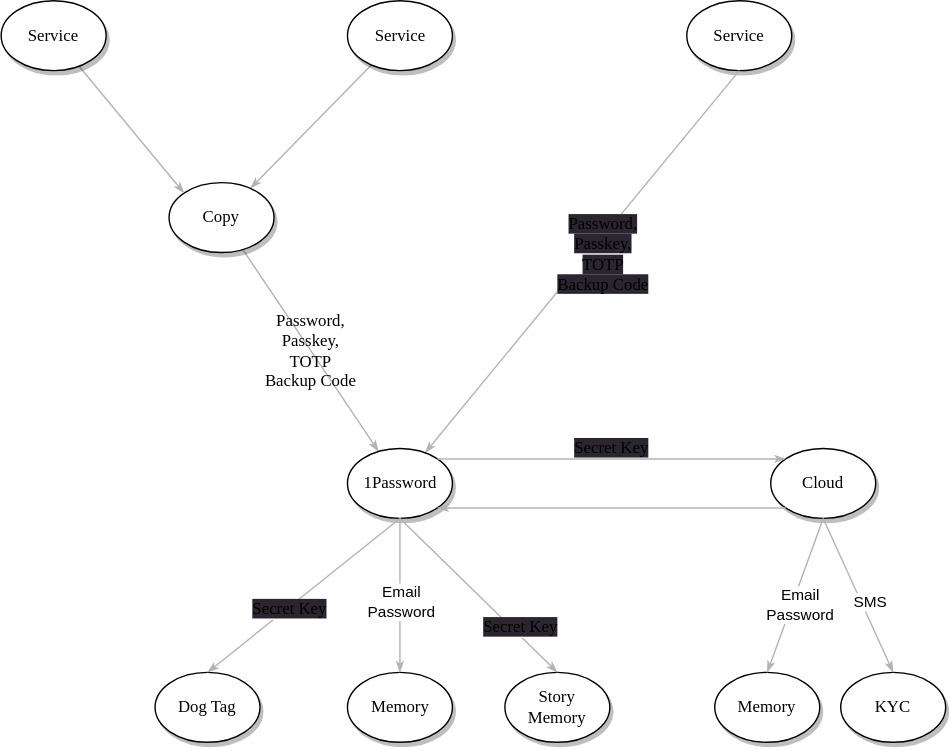
Earlier version of the draw.io export blog.jxck.io/entries/2025-01-27/current-recovery-chain.drawio.svg (Jxck/jxck.io). Source tidied: cells renumbered, new cells last; positions are measured from the earlier drawing's top-left corner, leaving out a move shared by most shapes.
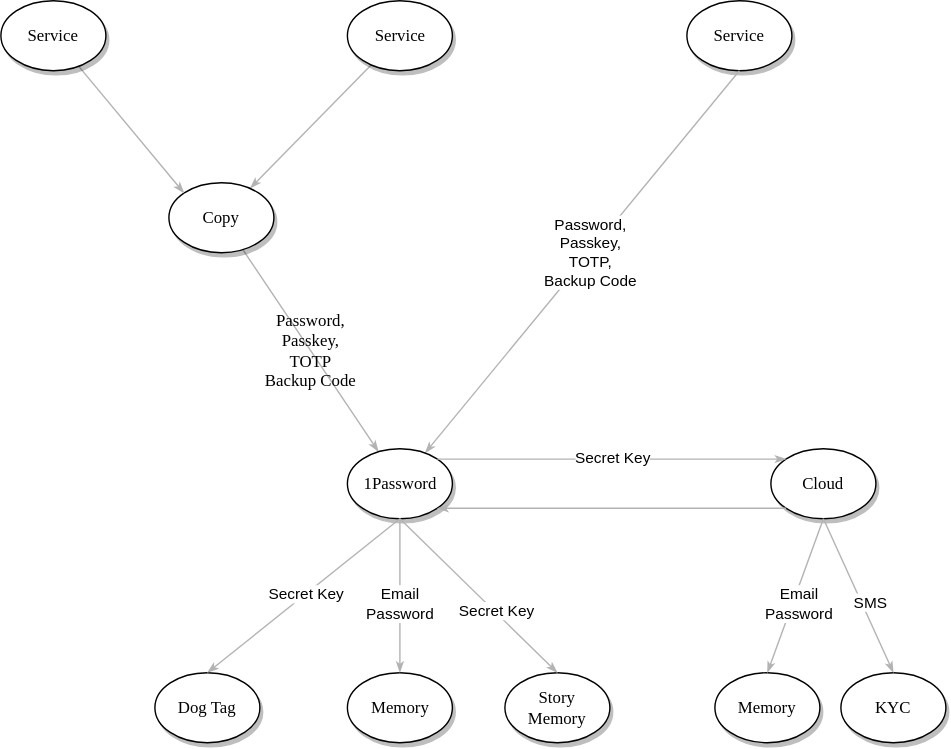
Above is the later version.

Change to the diagram source:
```diff
@@ -14,11 +14,9 @@
     <mxCell id="5" style="edgeStyle=none;rounded=1;html=1;labelBackgroundColor=none;startArrow=none;startFill=0;startSize=5;endArrow=classicThin;endFill=1;endSize=5;jettySize=auto;strokeColor=#B3B3B3;strokeWidth=1;fontFamily=Verdana;fontSize=12;exitX=0.5;exitY=1;exitDx=0;exitDy=0;" parent="1" edge="1" source="4" target="9">
       <mxGeometry relative="1" as="geometry" />
     </mxCell>
-    <mxCell id="6" value="&lt;span style=&quot;font-family: Verdana; font-size: 12px; background-color: rgb(42, 37, 47);&quot;&gt;Password,&lt;/span&gt;&lt;br style=&quot;font-family: Verdana; font-size: 12px; background-color: rgb(42, 37, 47);&quot;&gt;&lt;span style=&quot;font-family: Verdana; font-size: 12px; background-color: rgb(42, 37, 47);&quot;&gt;Passkey,&lt;/span&gt;&lt;br style=&quot;font-family: Verdana; font-size: 12px; background-color: rgb(42, 37, 47);&quot;&gt;&lt;span style=&quot;font-family: Verdana; font-size: 12px; background-color: rgb(42, 37, 47);&quot;&gt;TOTP&lt;/span&gt;&lt;br style=&quot;font-family: Verdana; font-size: 12px; background-color: rgb(42, 37, 47);&quot;&gt;&lt;span style=&quot;font-family: Verdana; font-size: 12px; background-color: rgb(42, 37, 47);&quot;&gt;Backup Code&lt;/span&gt;" style="edgeLabel;html=1;align=center;verticalAlign=middle;" parent="5" vertex="1">
-      <mxGeometry x="0.1" y="3" relative="1" as="geometry">
-        <mxPoint x="24" y="-23" as="offset" />
-      </mxGeometry>
-    </mxCell>
+    <mxCell id="31" value="Password,&lt;br&gt;Passkey,&lt;br&gt;TOTP,&lt;br&gt;Backup Code" style="edgeLabel;html=1;align=center;verticalAlign=middle;" parent="5" vertex="1">
+      <mxGeometry x="-0.05" relative="1" as="geometry" />
+    </mxCell>
     <mxCell id="7" value="Password,&lt;br&gt;Passkey,&lt;br&gt;TOTP&lt;br&gt;Backup Code" style="edgeStyle=none;rounded=1;html=1;labelBackgroundColor=none;startArrow=none;startFill=0;startSize=5;endArrow=classicThin;endFill=1;endSize=5;jettySize=auto;strokeColor=#B3B3B3;strokeWidth=1;fontFamily=Verdana;fontSize=12;" parent="1" edge="1" source="8" target="9">
       <mxGeometry relative="1" as="geometry" />
     </mxCell>
@@ -46,14 +44,15 @@
     <mxCell id="15" style="edgeStyle=none;rounded=1;html=1;labelBackgroundColor=none;startArrow=none;startFill=0;startSize=5;endArrow=classicThin;endFill=1;endSize=5;jettySize=auto;strokeColor=#B3B3B3;strokeWidth=1;fontFamily=Verdana;fontSize=12;exitX=0.5;exitY=1;exitDx=0;exitDy=0;entryX=0.5;entryY=0;entryDx=0;entryDy=0;" parent="1" edge="1" source="9" target="12">
       <mxGeometry relative="1" as="geometry" />
     </mxCell>
-    <mxCell id="16" value="&lt;font face=&quot;Verdana&quot;&gt;&lt;span style=&quot;font-size: 12px; background-color: rgb(42, 37, 47);&quot;&gt;Secret Key&lt;/span&gt;&lt;/font&gt;" style="edgeLabel;html=1;align=center;verticalAlign=middle;" parent="15" vertex="1">
-      <mxGeometry x="0.1" y="3" relative="1" as="geometry">
-        <mxPoint x="86" y="-109" as="offset" />
-      </mxGeometry>
-    </mxCell>
+    <mxCell id="32" value="Secret Key" style="edgeLabel;html=1;align=center;verticalAlign=middle;" parent="15" vertex="1">
+      <mxGeometry x="0.21" y="1" relative="1" as="geometry" />
+    </mxCell>
     <mxCell id="17" style="edgeStyle=none;rounded=1;html=1;labelBackgroundColor=none;startArrow=none;startFill=0;startSize=5;endArrow=classicThin;endFill=1;endSize=5;jettySize=auto;strokeColor=#B3B3B3;strokeWidth=1;fontFamily=Verdana;fontSize=12;exitX=0.5;exitY=1;exitDx=0;exitDy=0;entryX=0.5;entryY=0;entryDx=0;entryDy=0;" parent="1" edge="1" source="9" target="14">
       <mxGeometry relative="1" as="geometry" />
     </mxCell>
+    <mxCell id="33" value="Secret Key" style="edgeLabel;html=1;align=center;verticalAlign=middle;" parent="17" vertex="1">
+      <mxGeometry x="-0.02" relative="1" as="geometry" />
+    </mxCell>
     <mxCell id="18" style="edgeStyle=none;rounded=1;html=1;labelBackgroundColor=none;startArrow=none;startFill=0;startSize=5;endArrow=classicThin;endFill=1;endSize=5;jettySize=auto;strokeColor=#B3B3B3;strokeWidth=1;fontFamily=Verdana;fontSize=12;exitX=0.5;exitY=1;exitDx=0;exitDy=0;entryX=0.5;entryY=0;entryDx=0;entryDy=0;" parent="1" edge="1" source="9" target="13">
       <mxGeometry relative="1" as="geometry" />
     </mxCell>
@@ -65,14 +64,12 @@
     <mxCell id="20" value="Cloud" style="ellipse;whiteSpace=wrap;html=1;rounded=0;shadow=1;comic=0;labelBackgroundColor=none;strokeWidth=1;fontFamily=Verdana;fontSize=12;align=center;" parent="1" vertex="1">
       <mxGeometry x="550" y="320" width="75" height="50" as="geometry" />
     </mxCell>
-    <mxCell id="21" value="&lt;font face=&quot;Verdana&quot;&gt;&lt;span style=&quot;font-size: 12px; background-color: rgb(42, 37, 47);&quot;&gt;Secret Key&lt;/span&gt;&lt;/font&gt;" style="edgeLabel;html=1;align=center;verticalAlign=middle;" parent="1" vertex="1">
-      <mxGeometry x="370.1" y="440.4" as="geometry">
-        <mxPoint x="-165" y="-6" as="offset" />
-      </mxGeometry>
-    </mxCell>
     <mxCell id="22" style="edgeStyle=none;rounded=1;html=1;labelBackgroundColor=none;startArrow=none;startFill=0;startSize=5;endArrow=classicThin;endFill=1;endSize=5;jettySize=auto;strokeColor=#B3B3B3;strokeWidth=1;fontFamily=Verdana;fontSize=12;exitX=1;exitY=0;exitDx=0;exitDy=0;entryX=0;entryY=0;entryDx=0;entryDy=0;" parent="1" edge="1" source="9" target="20">
       <mxGeometry relative="1" as="geometry" />
     </mxCell>
+    <mxCell id="34" value="Secret Key" style="edgeLabel;html=1;align=center;verticalAlign=middle;" parent="22" vertex="1">
+      <mxGeometry y="1" relative="1" as="geometry" />
+    </mxCell>
     <mxCell id="23" style="edgeStyle=none;rounded=1;html=1;labelBackgroundColor=none;startArrow=none;startFill=0;startSize=5;endArrow=classicThin;endFill=1;endSize=5;jettySize=auto;strokeColor=#B3B3B3;strokeWidth=1;fontFamily=Verdana;fontSize=12;exitX=0;exitY=1;exitDx=0;exitDy=0;entryX=1;entryY=1;entryDx=0;entryDy=0;" parent="1" edge="1" source="20" target="9">
       <mxGeometry relative="1" as="geometry" />
     </mxCell>
@@ -98,8 +95,5 @@
         <mxPoint x="9" y="12" as="offset" />
       </mxGeometry>
     </mxCell>
-    <mxCell id="30" value="&lt;font face=&quot;Verdana&quot;&gt;&lt;span style=&quot;font-size: 12px; background-color: rgb(42, 37, 47);&quot;&gt;Secret Key&lt;/span&gt;&lt;/font&gt;" style="edgeLabel;html=1;align=center;verticalAlign=middle;" parent="1" vertex="1">
-      <mxGeometry x="370.4" y="447.8" as="geometry" />
-    </mxCell>
   </root>
 </mxGraphModel>
```
